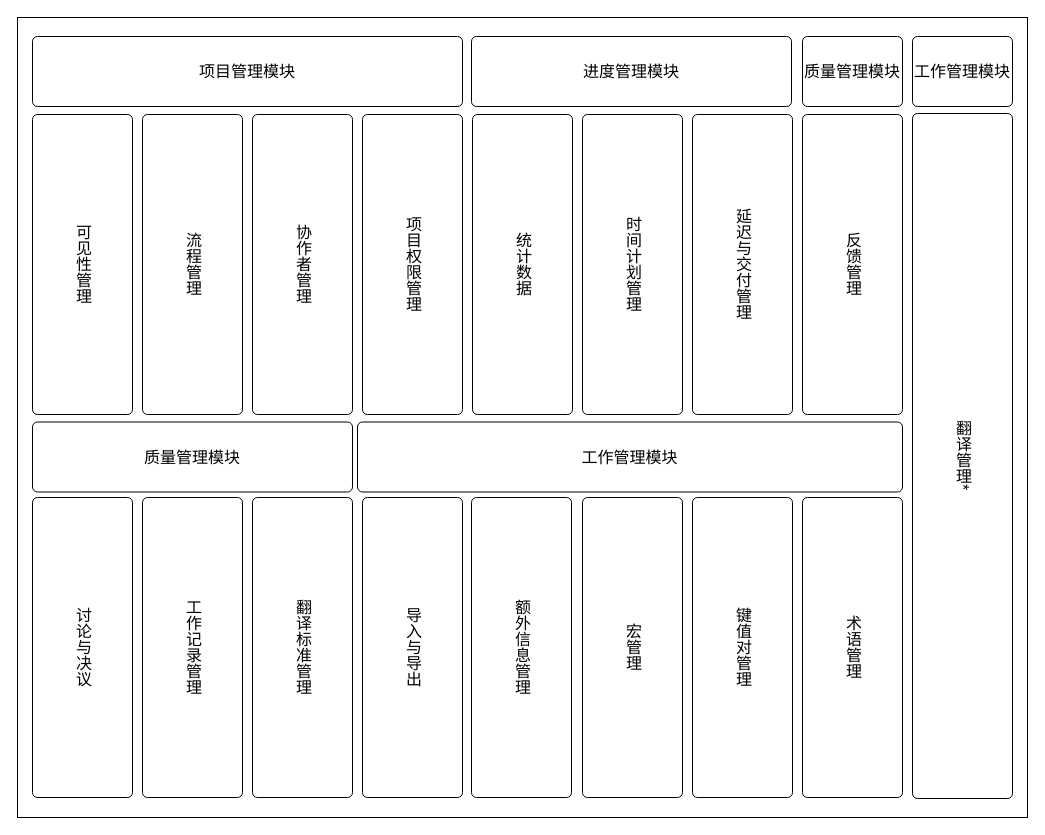
Before: 项目层级功能概览.drawio in icemeowzhi/bach_final_diags, a draw.io diagram. Source tidied: cells renumbered, new cells numbered last; positions are measured from the earlier drawing's top-left corner, leaving out a move shared by most shapes. Both pictures are drawn from the tidied source at 100%, with x=0, y=0 at pixel (17, 17).
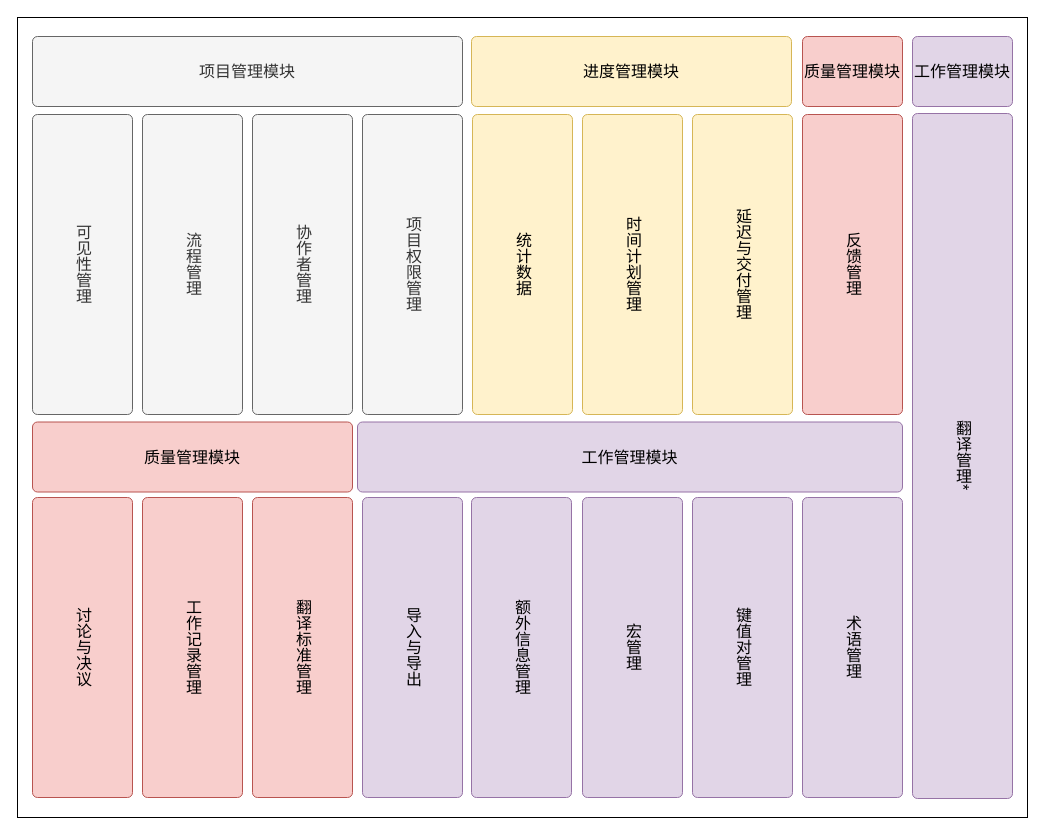
After the change.

Commit message (it also covers changes not shown here):
更新项目层级功能概览.drawio

The edit, as a diff of the source:
```diff
@@
-    <mxCell id="3" value="可见性管理" style="html=1;align=center;verticalAlign=middle;rounded=1;absoluteArcSize=1;arcSize=10;dashed=0;whiteSpace=wrap;textDirection=vertical-lr;fontSize=16;labelPosition=center;verticalLabelPosition=middle;" parent="1" vertex="1">
+    <mxCell id="3" value="可见性管理" style="html=1;align=center;verticalAlign=middle;rounded=1;absoluteArcSize=1;arcSize=10;dashed=0;whiteSpace=wrap;textDirection=vertical-lr;fontSize=16;labelPosition=center;verticalLabelPosition=middle;fillColor=#f5f5f5;fontColor=#333333;strokeColor=#666666;" parent="1" vertex="1">
       <mxGeometry x="15" y="97" width="100" height="300" as="geometry" />
     </mxCell>
-    <mxCell id="4" value="流程管理" style="html=1;align=center;verticalAlign=middle;rounded=1;absoluteArcSize=1;arcSize=10;dashed=0;whiteSpace=wrap;textDirection=vertical-lr;fontSize=16;" parent="1" vertex="1">
+    <mxCell id="4" value="流程管理" style="html=1;align=center;verticalAlign=middle;rounded=1;absoluteArcSize=1;arcSize=10;dashed=0;whiteSpace=wrap;textDirection=vertical-lr;fontSize=16;fillColor=#f5f5f5;fontColor=#333333;strokeColor=#666666;" parent="1" vertex="1">
       <mxGeometry x="125" y="97" width="100" height="300" as="geometry" />
     </mxCell>
-    <mxCell id="5" value="协作者管理" style="html=1;align=center;verticalAlign=middle;rounded=1;absoluteArcSize=1;arcSize=10;dashed=0;whiteSpace=wrap;textDirection=vertical-lr;fontSize=16;" parent="1" vertex="1">
+    <mxCell id="5" value="协作者管理" style="html=1;align=center;verticalAlign=middle;rounded=1;absoluteArcSize=1;arcSize=10;dashed=0;whiteSpace=wrap;textDirection=vertical-lr;fontSize=16;fillColor=#f5f5f5;fontColor=#333333;strokeColor=#666666;" parent="1" vertex="1">
       <mxGeometry x="235" y="97" width="100" height="300" as="geometry" />
     </mxCell>
-    <mxCell id="6" value="项目权限管理" style="html=1;align=center;verticalAlign=middle;rounded=1;absoluteArcSize=1;arcSize=10;dashed=0;whiteSpace=wrap;textDirection=vertical-lr;fontSize=16;" parent="1" vertex="1">
+    <mxCell id="6" value="项目权限管理" style="html=1;align=center;verticalAlign=middle;rounded=1;absoluteArcSize=1;arcSize=10;dashed=0;whiteSpace=wrap;textDirection=vertical-lr;fontSize=16;fillColor=#f5f5f5;fontColor=#333333;strokeColor=#666666;" parent="1" vertex="1">
       <mxGeometry x="345" y="97" width="100" height="300" as="geometry" />
     </mxCell>
-    <mxCell id="7" value="统计数据" style="html=1;align=center;verticalAlign=middle;rounded=1;absoluteArcSize=1;arcSize=10;dashed=0;whiteSpace=wrap;textDirection=vertical-lr;fontSize=16;" parent="1" vertex="1">
+    <mxCell id="7" value="统计数据" style="html=1;align=center;verticalAlign=middle;rounded=1;absoluteArcSize=1;arcSize=10;dashed=0;whiteSpace=wrap;textDirection=vertical-lr;fontSize=16;fillColor=#fff2cc;strokeColor=#d6b656;" parent="1" vertex="1">
       <mxGeometry x="455" y="97" width="100" height="300" as="geometry" />
     </mxCell>
-    <mxCell id="8" value="时间计划管理" style="html=1;align=center;verticalAlign=middle;rounded=1;absoluteArcSize=1;arcSize=10;dashed=0;whiteSpace=wrap;textDirection=vertical-lr;fontSize=16;" parent="1" vertex="1">
+    <mxCell id="8" value="时间计划管理" style="html=1;align=center;verticalAlign=middle;rounded=1;absoluteArcSize=1;arcSize=10;dashed=0;whiteSpace=wrap;textDirection=vertical-lr;fontSize=16;fillColor=#fff2cc;strokeColor=#d6b656;" parent="1" vertex="1">
       <mxGeometry x="565" y="97" width="100" height="300" as="geometry" />
     </mxCell>
-    <mxCell id="9" value="延迟与交付管理" style="html=1;align=center;verticalAlign=middle;rounded=1;absoluteArcSize=1;arcSize=10;dashed=0;whiteSpace=wrap;textDirection=vertical-lr;fontSize=16;" parent="1" vertex="1">
+    <mxCell id="9" value="延迟与交付管理" style="html=1;align=center;verticalAlign=middle;rounded=1;absoluteArcSize=1;arcSize=10;dashed=0;whiteSpace=wrap;textDirection=vertical-lr;fontSize=16;fillColor=#fff2cc;strokeColor=#d6b656;" parent="1" vertex="1">
       <mxGeometry x="675" y="97" width="100" height="300" as="geometry" />
     </mxCell>
-    <mxCell id="10" value="反馈管理" style="html=1;align=center;verticalAlign=middle;rounded=1;absoluteArcSize=1;arcSize=10;dashed=0;whiteSpace=wrap;textDirection=vertical-lr;fontSize=16;" parent="1" vertex="1">
+    <mxCell id="10" value="反馈管理" style="html=1;align=center;verticalAlign=middle;rounded=1;absoluteArcSize=1;arcSize=10;dashed=0;whiteSpace=wrap;textDirection=vertical-lr;fontSize=16;fillColor=#f8cecc;strokeColor=#b85450;" parent="1" vertex="1">
       <mxGeometry x="785" y="97" width="100" height="300" as="geometry" />
     </mxCell>
-    <mxCell id="11" value="讨论与决议" style="html=1;align=center;verticalAlign=middle;rounded=1;absoluteArcSize=1;arcSize=10;dashed=0;whiteSpace=wrap;textDirection=vertical-lr;fontSize=16;" parent="1" vertex="1">
+    <mxCell id="11" value="讨论与决议" style="html=1;align=center;verticalAlign=middle;rounded=1;absoluteArcSize=1;arcSize=10;dashed=0;whiteSpace=wrap;textDirection=vertical-lr;fontSize=16;fillColor=#f8cecc;strokeColor=#b85450;" parent="1" vertex="1">
       <mxGeometry x="15" y="480" width="100" height="300" as="geometry" />
     </mxCell>
-    <mxCell id="12" value="工作记录管理" style="html=1;align=center;verticalAlign=middle;rounded=1;absoluteArcSize=1;arcSize=10;dashed=0;whiteSpace=wrap;textDirection=vertical-lr;fontSize=16;" parent="1" vertex="1">
+    <mxCell id="12" value="工作记录管理" style="html=1;align=center;verticalAlign=middle;rounded=1;absoluteArcSize=1;arcSize=10;dashed=0;whiteSpace=wrap;textDirection=vertical-lr;fontSize=16;fillColor=#f8cecc;strokeColor=#b85450;" parent="1" vertex="1">
       <mxGeometry x="125" y="480" width="100" height="300" as="geometry" />
     </mxCell>
-    <mxCell id="13" value="翻译标准管理" style="html=1;align=center;verticalAlign=middle;rounded=1;absoluteArcSize=1;arcSize=10;dashed=0;whiteSpace=wrap;textDirection=vertical-lr;fontSize=16;" parent="1" vertex="1">
+    <mxCell id="13" value="翻译标准管理" style="html=1;align=center;verticalAlign=middle;rounded=1;absoluteArcSize=1;arcSize=10;dashed=0;whiteSpace=wrap;textDirection=vertical-lr;fontSize=16;fillColor=#f8cecc;strokeColor=#b85450;" parent="1" vertex="1">
       <mxGeometry x="235" y="480" width="100" height="300" as="geometry" />
     </mxCell>
-    <mxCell id="14" value="导入与导出" style="html=1;align=center;verticalAlign=middle;rounded=1;absoluteArcSize=1;arcSize=10;dashed=0;whiteSpace=wrap;textDirection=vertical-lr;fontSize=16;" parent="1" vertex="1">
+    <mxCell id="14" value="导入与导出" style="html=1;align=center;verticalAlign=middle;rounded=1;absoluteArcSize=1;arcSize=10;dashed=0;whiteSpace=wrap;textDirection=vertical-lr;fontSize=16;fillColor=#e1d5e7;strokeColor=#9673a6;" parent="1" vertex="1">
       <mxGeometry x="345" y="480" width="100" height="300" as="geometry" />
     </mxCell>
-    <mxCell id="15" value="额外信息管理" style="html=1;align=center;verticalAlign=middle;rounded=1;absoluteArcSize=1;arcSize=10;dashed=0;whiteSpace=wrap;textDirection=vertical-lr;fontSize=16;" parent="1" vertex="1">
+    <mxCell id="15" value="额外信息管理" style="html=1;align=center;verticalAlign=middle;rounded=1;absoluteArcSize=1;arcSize=10;dashed=0;whiteSpace=wrap;textDirection=vertical-lr;fontSize=16;fillColor=#e1d5e7;strokeColor=#9673a6;" parent="1" vertex="1">
       <mxGeometry x="454" y="480" width="100" height="300" as="geometry" />
     </mxCell>
-    <mxCell id="16" value="宏管理" style="html=1;align=center;verticalAlign=middle;rounded=1;absoluteArcSize=1;arcSize=10;dashed=0;whiteSpace=wrap;textDirection=vertical-lr;fontSize=16;" parent="1" vertex="1">
+    <mxCell id="16" value="宏管理" style="html=1;align=center;verticalAlign=middle;rounded=1;absoluteArcSize=1;arcSize=10;dashed=0;whiteSpace=wrap;textDirection=vertical-lr;fontSize=16;fillColor=#e1d5e7;strokeColor=#9673a6;" parent="1" vertex="1">
       <mxGeometry x="565" y="480" width="100" height="300" as="geometry" />
     </mxCell>
-    <mxCell id="17" value="键值对管理" style="html=1;align=center;verticalAlign=middle;rounded=1;absoluteArcSize=1;arcSize=10;dashed=0;whiteSpace=wrap;textDirection=vertical-lr;fontSize=16;" parent="1" vertex="1">
+    <mxCell id="17" value="键值对管理" style="html=1;align=center;verticalAlign=middle;rounded=1;absoluteArcSize=1;arcSize=10;dashed=0;whiteSpace=wrap;textDirection=vertical-lr;fontSize=16;fillColor=#e1d5e7;strokeColor=#9673a6;" parent="1" vertex="1">
       <mxGeometry x="675" y="480" width="100" height="300" as="geometry" />
     </mxCell>
-    <mxCell id="18" value="术语管理" style="html=1;align=center;verticalAlign=middle;rounded=1;absoluteArcSize=1;arcSize=10;dashed=0;whiteSpace=wrap;textDirection=vertical-lr;fontSize=16;" parent="1" vertex="1">
+    <mxCell id="18" value="术语管理" style="html=1;align=center;verticalAlign=middle;rounded=1;absoluteArcSize=1;arcSize=10;dashed=0;whiteSpace=wrap;textDirection=vertical-lr;fontSize=16;fillColor=#e1d5e7;strokeColor=#9673a6;" parent="1" vertex="1">
       <mxGeometry x="785" y="480" width="100" height="300" as="geometry" />
     </mxCell>
-    <mxCell id="19" value="翻译管理*" style="html=1;align=center;verticalAlign=middle;rounded=1;absoluteArcSize=1;arcSize=10;dashed=0;whiteSpace=wrap;textDirection=vertical-lr;fontSize=16;" parent="1" vertex="1">
+    <mxCell id="19" value="翻译管理*" style="html=1;align=center;verticalAlign=middle;rounded=1;absoluteArcSize=1;arcSize=10;dashed=0;whiteSpace=wrap;textDirection=vertical-lr;fontSize=16;fillColor=#e1d5e7;strokeColor=#9673a6;" parent="1" vertex="1">
       <mxGeometry x="895" y="96" width="100" height="685" as="geometry" />
     </mxCell>
-    <mxCell id="20" value="项目管理模块" style="html=1;align=center;verticalAlign=middle;rounded=1;absoluteArcSize=1;arcSize=10;dashed=0;whiteSpace=wrap;fontSize=16;" parent="1" vertex="1">
+    <mxCell id="20" value="项目管理模块" style="html=1;align=center;verticalAlign=middle;rounded=1;absoluteArcSize=1;arcSize=10;dashed=0;whiteSpace=wrap;fontSize=16;fillColor=#f5f5f5;fontColor=#333333;strokeColor=#666666;" parent="1" vertex="1">
       <mxGeometry x="15" y="19" width="430" height="70" as="geometry" />
     </mxCell>
-    <mxCell id="21" value="进度管理模块" style="html=1;align=center;verticalAlign=middle;rounded=1;absoluteArcSize=1;arcSize=10;dashed=0;whiteSpace=wrap;fontSize=16;" parent="1" vertex="1">
+    <mxCell id="21" value="进度管理模块" style="html=1;align=center;verticalAlign=middle;rounded=1;absoluteArcSize=1;arcSize=10;dashed=0;whiteSpace=wrap;fontSize=16;fillColor=#fff2cc;strokeColor=#d6b656;" parent="1" vertex="1">
       <mxGeometry x="454" y="19" width="320" height="70" as="geometry" />
     </mxCell>
-    <mxCell id="22" value="质量管理模块" style="html=1;align=center;verticalAlign=middle;rounded=1;absoluteArcSize=1;arcSize=10;dashed=0;whiteSpace=wrap;fontSize=16;" parent="1" vertex="1">
+    <mxCell id="22" value="质量管理模块" style="html=1;align=center;verticalAlign=middle;rounded=1;absoluteArcSize=1;arcSize=10;dashed=0;whiteSpace=wrap;fontSize=16;fillColor=#f8cecc;strokeColor=#b85450;" parent="1" vertex="1">
       <mxGeometry x="785" y="19" width="100" height="70" as="geometry" />
     </mxCell>
-    <mxCell id="23" value="工作管理模块" style="html=1;align=center;verticalAlign=middle;rounded=1;absoluteArcSize=1;arcSize=10;dashed=0;whiteSpace=wrap;fontSize=16;" parent="1" vertex="1">
+    <mxCell id="23" value="工作管理模块" style="html=1;align=center;verticalAlign=middle;rounded=1;absoluteArcSize=1;arcSize=10;dashed=0;whiteSpace=wrap;fontSize=16;fillColor=#e1d5e7;strokeColor=#9673a6;" parent="1" vertex="1">
       <mxGeometry x="895" y="19" width="100" height="70" as="geometry" />
     </mxCell>
-    <mxCell id="24" value="质量管理模块" style="html=1;align=center;verticalAlign=middle;rounded=1;absoluteArcSize=1;arcSize=10;dashed=0;whiteSpace=wrap;fontSize=16;" parent="1" vertex="1">
+    <mxCell id="24" value="质量管理模块" style="html=1;align=center;verticalAlign=middle;rounded=1;absoluteArcSize=1;arcSize=10;dashed=0;whiteSpace=wrap;fontSize=16;fillColor=#f8cecc;strokeColor=#b85450;" parent="1" vertex="1">
       <mxGeometry x="15" y="404.5" width="320" height="70" as="geometry" />
     </mxCell>
-    <mxCell id="25" value="工作管理模块" style="html=1;align=center;verticalAlign=middle;rounded=1;absoluteArcSize=1;arcSize=10;dashed=0;whiteSpace=wrap;fontSize=16;" parent="1" vertex="1">
+    <mxCell id="25" value="工作管理模块" style="html=1;align=center;verticalAlign=middle;rounded=1;absoluteArcSize=1;arcSize=10;dashed=0;whiteSpace=wrap;fontSize=16;fillColor=#e1d5e7;strokeColor=#9673a6;" parent="1" vertex="1">
       <mxGeometry x="340" y="404.5" width="545" height="70" as="geometry" />
     </mxCell>
```
